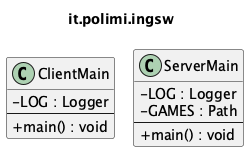
Above: docs/uml/detailed/it_polimi_ingsw.png in samuelesegrini/ing-sw-2025-segrini-terribile-varricchio-zanca (PlantUML), before the change.
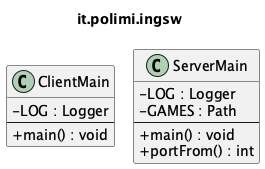
The same diagram one commit later.

What changed in the source:
```diff
@@ -14,6 +14,7 @@
   -GAMES : Path
   --
   +main() : void
+  +portFrom() : int
 }
 
 @enduml
```
